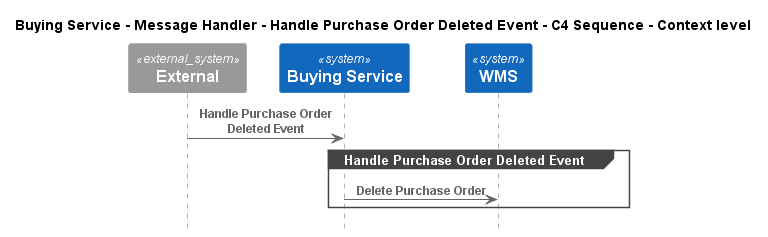
Above: e-commerce-platform/Software Systems/Buying Service/Containers/Message Handler/Interfaces/Handle Purchase Order Deleted Event/Context - C4 Sequence.png in C4InterFlow/architecture-as-code-samples (PlantUML), before the change.
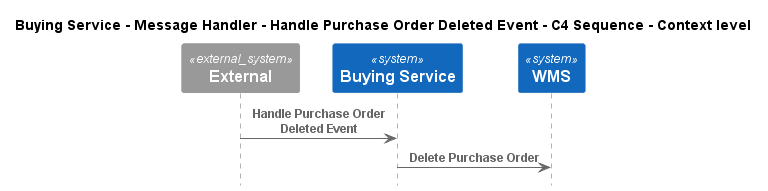
Later version of the same file.

The edit, as a diff of the source:
```diff
@@ -9,9 +9,7 @@
 System(ECommercePlatform.SoftwareSystems.WMS, "WMS", "")
 
 Rel(C4InterFlow.SoftwareSystems.ExternalSystem, ECommercePlatform.SoftwareSystems.BuyingService, "Handle Purchase Order Deleted Event")
-group Handle Purchase Order Deleted Event
 Rel(ECommercePlatform.SoftwareSystems.BuyingService, ECommercePlatform.SoftwareSystems.WMS, "Delete Purchase Order")
-end
 
 
 @enduml
```
